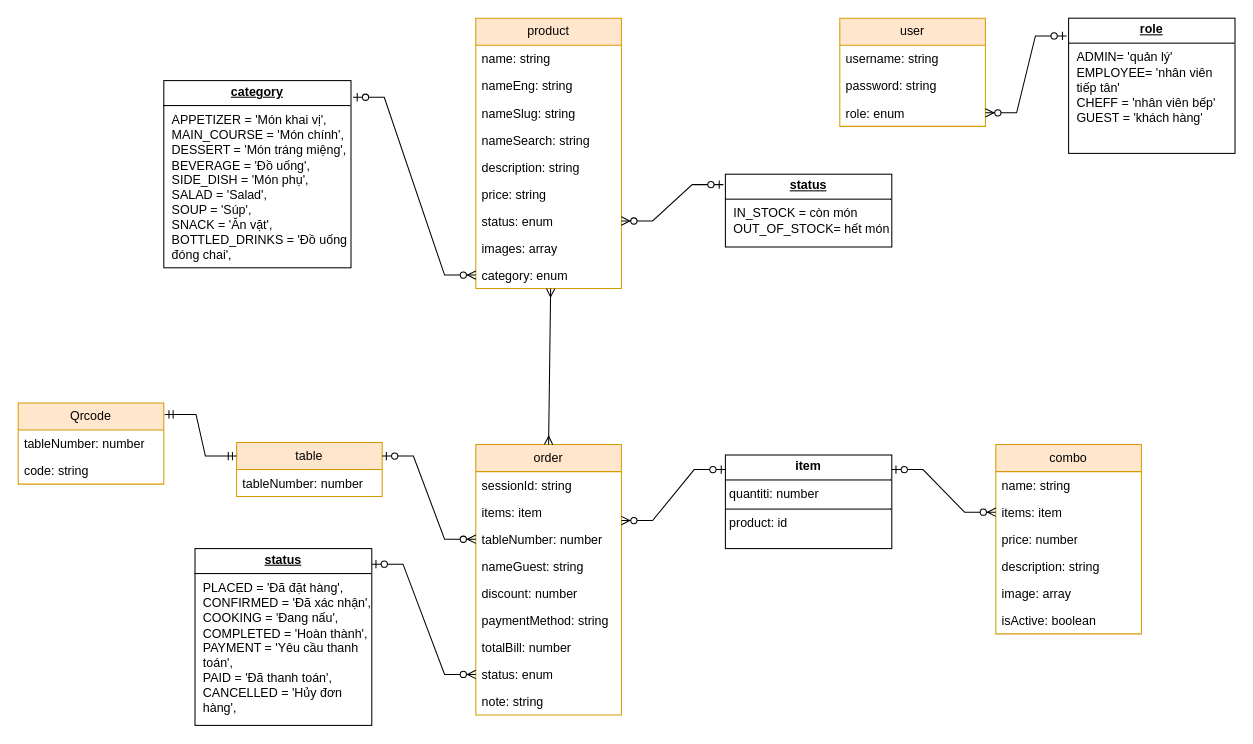
Before: page "thiết kế csdl" (2 of 3) of đề tài order bằng QR code của khách sạn balcona.drawio in phanvanhieu1/QRcode, a draw.io diagram. Source tidied: cells renumbered, new cells numbered last; positions are measured from the earlier drawing's top-left corner, leaving out a move shared by most shapes. Both pictures are drawn from the tidied source at 104%, with x=0, y=0 at pixel (18, 18).
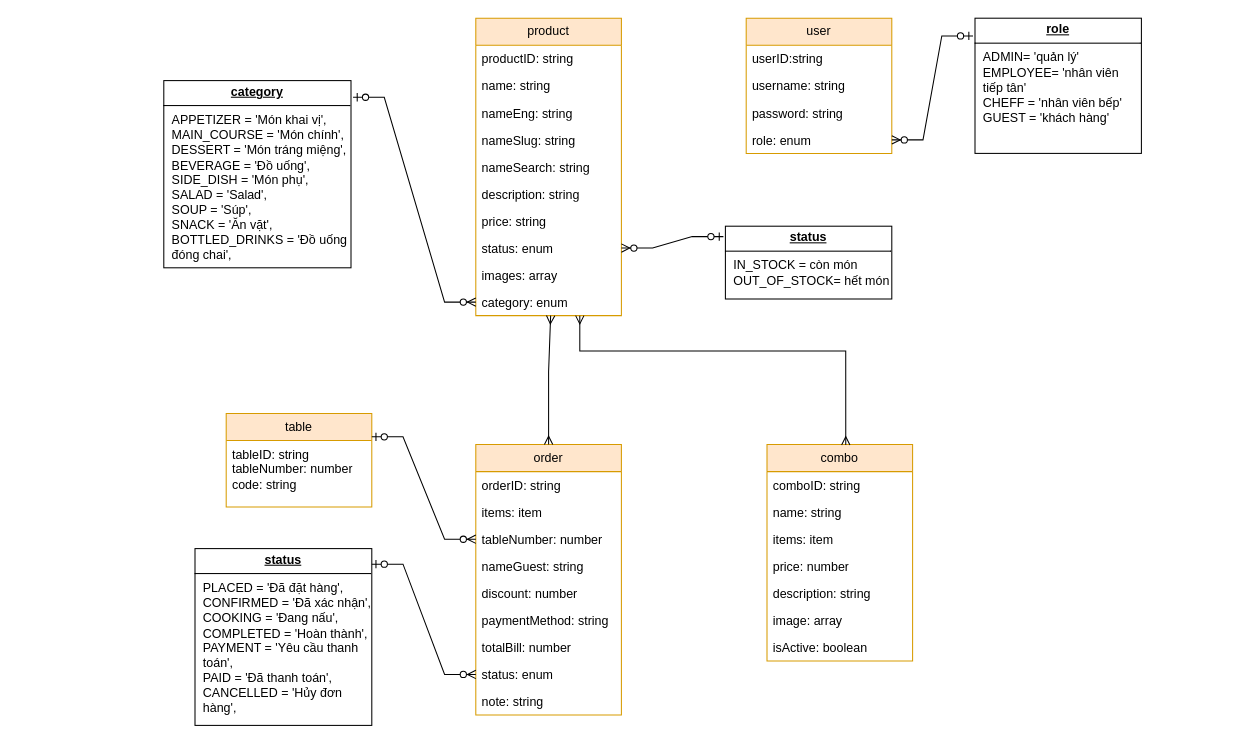
Above is the later version.

The change refers to these unchanged cells:
```xml
<mxCell id="14" value="order" style="swimlane;fontStyle=0;horizontal=1;startSize=26;fillColor=#ffe6cc;whiteSpace=wrap;html=1;strokeColor=#d79b00;" parent="1" vertex="1">
  <mxGeometry x="440" y="410" width="140" height="260" as="geometry" />
</mxCell>
<mxCell id="16" value="items: item" style="text;strokeColor=none;fillColor=none;align=left;verticalAlign=top;spacingLeft=4;spacingRight=4;overflow=hidden;points=[[0,0.5],[1,0.5]];portConstraint=eastwest;whiteSpace=wrap;html=1;" parent="14" vertex="1">
  <mxGeometry y="52" width="140" height="26" as="geometry" />
</mxCell>
```

Diff of the diagram source:
```diff
@@
     <mxCell id="2" value="product" style="swimlane;fontStyle=0;horizontal=1;startSize=26;fillColor=#ffe6cc;whiteSpace=wrap;html=1;strokeColor=#d79b00;" parent="1" vertex="1">
-      <mxGeometry x="440" width="140" height="260" as="geometry" />
+      <mxGeometry x="440" width="140" height="286" as="geometry" />
     </mxCell>
-    <mxCell id="3" value="name: string" style="text;strokeColor=none;fillColor=none;align=left;verticalAlign=top;spacingLeft=4;spacingRight=4;overflow=hidden;whiteSpace=wrap;html=1;" parent="2" vertex="1">
+    <mxCell id="3" value="productID: string" style="text;strokeColor=none;fillColor=none;align=left;verticalAlign=top;spacingLeft=4;spacingRight=4;overflow=hidden;whiteSpace=wrap;html=1;" parent="2" vertex="1">
       <mxGeometry y="26" width="140" height="26" as="geometry" />
     </mxCell>
+    <mxCell id="52" value="name: string" style="text;strokeColor=none;fillColor=none;align=left;verticalAlign=top;spacingLeft=4;spacingRight=4;overflow=hidden;whiteSpace=wrap;html=1;" parent="2" vertex="1">
+      <mxGeometry y="52" width="140" height="26" as="geometry" />
+    </mxCell>
     <mxCell id="4" value="nameEng: string" style="text;strokeColor=none;fillColor=none;align=left;verticalAlign=top;spacingLeft=4;spacingRight=4;overflow=hidden;whiteSpace=wrap;html=1;" parent="2" vertex="1">
-      <mxGeometry y="52" width="140" height="26" as="geometry" />
+      <mxGeometry y="78" width="140" height="26" as="geometry" />
     </mxCell>
     <mxCell id="5" value="nameSlug: string" style="text;strokeColor=none;fillColor=none;align=left;verticalAlign=top;spacingLeft=4;spacingRight=4;overflow=hidden;whiteSpace=wrap;html=1;" parent="2" vertex="1">
-      <mxGeometry y="78" width="140" height="26" as="geometry" />
+      <mxGeometry y="104" width="140" height="26" as="geometry" />
     </mxCell>
     <mxCell id="6" value="nameSearch: string" style="text;strokeColor=none;fillColor=none;align=left;verticalAlign=top;spacingLeft=4;spacingRight=4;overflow=hidden;whiteSpace=wrap;html=1;" parent="2" vertex="1">
-      <mxGeometry y="104" width="140" height="26" as="geometry" />
+      <mxGeometry y="130" width="140" height="26" as="geometry" />
     </mxCell>
     <mxCell id="7" value="description: string" style="text;strokeColor=none;fillColor=none;align=left;verticalAlign=top;spacingLeft=4;spacingRight=4;overflow=hidden;whiteSpace=wrap;html=1;" parent="2" vertex="1">
-      <mxGeometry y="130" width="140" height="26" as="geometry" />
+      <mxGeometry y="156" width="140" height="26" as="geometry" />
     </mxCell>
     <mxCell id="8" value="price: string" style="text;strokeColor=none;fillColor=none;align=left;verticalAlign=top;spacingLeft=4;spacingRight=4;overflow=hidden;whiteSpace=wrap;html=1;" parent="2" vertex="1">
-      <mxGeometry y="156" width="140" height="26" as="geometry" />
+      <mxGeometry y="182" width="140" height="26" as="geometry" />
     </mxCell>
     <mxCell id="9" value="status: enum" style="text;strokeColor=none;fillColor=none;align=left;verticalAlign=top;spacingLeft=4;spacingRight=4;overflow=hidden;points=[[0,0.5],[1,0.5]];portConstraint=eastwest;whiteSpace=wrap;html=1;" parent="2" vertex="1">
-      <mxGeometry y="182" width="140" height="26" as="geometry" />
+      <mxGeometry y="208" width="140" height="26" as="geometry" />
     </mxCell>
     <mxCell id="10" value="images: array" style="text;strokeColor=none;fillColor=none;align=left;verticalAlign=top;spacingLeft=4;spacingRight=4;overflow=hidden;whiteSpace=wrap;html=1;" parent="2" vertex="1">
-      <mxGeometry y="208" width="140" height="26" as="geometry" />
+      <mxGeometry y="234" width="140" height="26" as="geometry" />
     </mxCell>
     <mxCell id="11" value="category: enum" style="text;strokeColor=none;fillColor=none;align=left;verticalAlign=top;spacingLeft=4;spacingRight=4;overflow=hidden;points=[[0,0.5],[1,0.5]];portConstraint=eastwest;whiteSpace=wrap;html=1;" parent="2" vertex="1">
-      <mxGeometry y="234" width="140" height="26" as="geometry" />
+      <mxGeometry y="260" width="140" height="26" as="geometry" />
     </mxCell>
     <mxCell id="12" value="&lt;p style=&quot;margin:0px;margin-top:4px;text-align:center;text-decoration:underline;&quot;&gt;&lt;b&gt;status&lt;/b&gt;&lt;/p&gt;&lt;hr size=&quot;1&quot; style=&quot;border-style:solid;&quot;&gt;&lt;p style=&quot;margin:0px;margin-left:8px;&quot;&gt;IN_STOCK = còn món&lt;br&gt;OUT_OF_STOCK= hết món&lt;br&gt;&lt;/p&gt;" style="verticalAlign=top;align=left;overflow=fill;html=1;whiteSpace=wrap;" parent="1" vertex="1">
-      <mxGeometry x="680" y="150" width="160" height="70" as="geometry" />
+      <mxGeometry x="680" y="200" width="160" height="70" as="geometry" />
     </mxCell>
@@
-    <mxCell id="15" value="sessionId: string" style="text;strokeColor=none;fillColor=none;align=left;verticalAlign=top;spacingLeft=4;spacingRight=4;overflow=hidden;whiteSpace=wrap;html=1;" parent="14" vertex="1">
+    <mxCell id="15" value="orderID: string" style="text;strokeColor=none;fillColor=none;align=left;verticalAlign=top;spacingLeft=4;spacingRight=4;overflow=hidden;whiteSpace=wrap;html=1;" parent="14" vertex="1">
       <mxGeometry y="26" width="140" height="26" as="geometry" />
     </mxCell>
@@
-    <mxCell id="25" value="&lt;p style=&quot;margin:0px;margin-top:4px;text-align:center;&quot;&gt;&lt;b&gt;item&lt;/b&gt;&lt;/p&gt;&lt;hr size=&quot;1&quot; style=&quot;border-style:solid;&quot;&gt;&lt;p style=&quot;margin:0px;margin-left:4px;&quot;&gt;quantiti: number&lt;/p&gt;&lt;hr size=&quot;1&quot; style=&quot;border-style:solid;&quot;&gt;&lt;p style=&quot;margin:0px;margin-left:4px;&quot;&gt;product: id&lt;/p&gt;" style="verticalAlign=top;align=left;overflow=fill;html=1;whiteSpace=wrap;" parent="1" vertex="1">
-      <mxGeometry x="680" y="420" width="160" height="90" as="geometry" />
-    </mxCell>
-    <mxCell id="26" value="Qrcode" style="swimlane;fontStyle=0;horizontal=1;startSize=26;fillColor=#ffe6cc;whiteSpace=wrap;html=1;strokeColor=#d79b00;" parent="1" vertex="1">
-      <mxGeometry y="370" width="140" height="78" as="geometry" />
-    </mxCell>
-    <mxCell id="27" value="tableNumber: number" style="text;strokeColor=none;fillColor=none;align=left;verticalAlign=top;spacingLeft=4;spacingRight=4;overflow=hidden;whiteSpace=wrap;html=1;" parent="26" vertex="1">
-      <mxGeometry y="26" width="140" height="26" as="geometry" />
-    </mxCell>
-    <mxCell id="28" value="code: string" style="text;strokeColor=none;fillColor=none;align=left;verticalAlign=top;spacingLeft=4;spacingRight=4;overflow=hidden;whiteSpace=wrap;html=1;" parent="26" vertex="1">
-      <mxGeometry y="52" width="140" height="26" as="geometry" />
-    </mxCell>
     <mxCell id="29" value="table" style="swimlane;fontStyle=0;horizontal=1;startSize=26;fillColor=#ffe6cc;whiteSpace=wrap;html=1;strokeColor=#d79b00;" parent="1" vertex="1">
-      <mxGeometry x="210" y="408" width="140" height="52" as="geometry" />
+      <mxGeometry x="200" y="380" width="140" height="90" as="geometry" />
     </mxCell>
-    <mxCell id="30" value="tableNumber: number" style="text;strokeColor=none;fillColor=none;align=left;verticalAlign=top;spacingLeft=4;spacingRight=4;overflow=hidden;whiteSpace=wrap;html=1;" parent="29" vertex="1">
-      <mxGeometry y="26" width="140" height="26" as="geometry" />
+    <mxCell id="30" value="tableID: string&lt;br&gt;tableNumber: number&lt;div&gt;code: string&lt;/div&gt;" style="text;strokeColor=none;fillColor=none;align=left;verticalAlign=top;spacingLeft=4;spacingRight=4;overflow=hidden;whiteSpace=wrap;html=1;" parent="29" vertex="1">
+      <mxGeometry y="26" width="140" height="64" as="geometry" />
     </mxCell>
     <mxCell id="31" value="user" style="swimlane;fontStyle=0;horizontal=1;startSize=26;fillColor=#ffe6cc;whiteSpace=wrap;html=1;strokeColor=#d79b00;" parent="1" vertex="1">
-      <mxGeometry x="790" width="140" height="104" as="geometry" />
+      <mxGeometry x="700" width="140" height="130" as="geometry" />
     </mxCell>
-    <mxCell id="32" value="username: string" style="text;strokeColor=none;fillColor=none;align=left;verticalAlign=top;spacingLeft=4;spacingRight=4;overflow=hidden;whiteSpace=wrap;html=1;" parent="31" vertex="1">
+    <mxCell id="32" value="userID:string" style="text;strokeColor=none;fillColor=none;align=left;verticalAlign=top;spacingLeft=4;spacingRight=4;overflow=hidden;whiteSpace=wrap;html=1;" parent="31" vertex="1">
       <mxGeometry y="26" width="140" height="26" as="geometry" />
     </mxCell>
+    <mxCell id="53" value="username: string" style="text;strokeColor=none;fillColor=none;align=left;verticalAlign=top;spacingLeft=4;spacingRight=4;overflow=hidden;whiteSpace=wrap;html=1;" parent="31" vertex="1">
+      <mxGeometry y="52" width="140" height="26" as="geometry" />
+    </mxCell>
     <mxCell id="33" value="password: string" style="text;strokeColor=none;fillColor=none;align=left;verticalAlign=top;spacingLeft=4;spacingRight=4;overflow=hidden;whiteSpace=wrap;html=1;" parent="31" vertex="1">
-      <mxGeometry y="52" width="140" height="26" as="geometry" />
+      <mxGeometry y="78" width="140" height="26" as="geometry" />
     </mxCell>
     <mxCell id="34" value="role: enum" style="text;strokeColor=none;fillColor=none;align=left;verticalAlign=top;spacingLeft=4;spacingRight=4;overflow=hidden;points=[[0,0.5],[1,0.5]];portConstraint=eastwest;whiteSpace=wrap;html=1;" parent="31" vertex="1">
-      <mxGeometry y="78" width="140" height="26" as="geometry" />
+      <mxGeometry y="104" width="140" height="26" as="geometry" />
     </mxCell>
     <mxCell id="35" value="combo" style="swimlane;fontStyle=0;horizontal=1;startSize=26;fillColor=#ffe6cc;whiteSpace=wrap;html=1;strokeColor=#d79b00;" parent="1" vertex="1">
-      <mxGeometry x="940" y="410" width="140" height="182" as="geometry" />
+      <mxGeometry x="720" y="410" width="140" height="208" as="geometry" />
     </mxCell>
-    <mxCell id="36" value="name: string" style="text;strokeColor=none;fillColor=none;align=left;verticalAlign=top;spacingLeft=4;spacingRight=4;overflow=hidden;whiteSpace=wrap;html=1;" parent="35" vertex="1">
+    <mxCell id="36" value="comboID: string" style="text;strokeColor=none;fillColor=none;align=left;verticalAlign=top;spacingLeft=4;spacingRight=4;overflow=hidden;whiteSpace=wrap;html=1;" parent="35" vertex="1">
       <mxGeometry y="26" width="140" height="26" as="geometry" />
     </mxCell>
+    <mxCell id="54" value="name: string" style="text;strokeColor=none;fillColor=none;align=left;verticalAlign=top;spacingLeft=4;spacingRight=4;overflow=hidden;whiteSpace=wrap;html=1;" parent="35" vertex="1">
+      <mxGeometry y="52" width="140" height="26" as="geometry" />
+    </mxCell>
     <mxCell id="37" value="items: item" style="text;strokeColor=none;fillColor=none;align=left;verticalAlign=top;spacingLeft=4;spacingRight=4;overflow=hidden;points=[[0,0.5],[1,0.5]];portConstraint=eastwest;whiteSpace=wrap;html=1;" parent="35" vertex="1">
-      <mxGeometry y="52" width="140" height="26" as="geometry" />
+      <mxGeometry y="78" width="140" height="26" as="geometry" />
     </mxCell>
     <mxCell id="38" value="price: number" style="text;strokeColor=none;fillColor=none;align=left;verticalAlign=top;spacingLeft=4;spacingRight=4;overflow=hidden;whiteSpace=wrap;html=1;" parent="35" vertex="1">
-      <mxGeometry y="78" width="140" height="26" as="geometry" />
+      <mxGeometry y="104" width="140" height="26" as="geometry" />
     </mxCell>
     <mxCell id="39" value="description: string" style="text;strokeColor=none;fillColor=none;align=left;verticalAlign=top;spacingLeft=4;spacingRight=4;overflow=hidden;whiteSpace=wrap;html=1;" parent="35" vertex="1">
-      <mxGeometry y="104" width="140" height="26" as="geometry" />
+      <mxGeometry y="130" width="140" height="26" as="geometry" />
     </mxCell>
     <mxCell id="40" value="image: array" style="text;strokeColor=none;fillColor=none;align=left;verticalAlign=top;spacingLeft=4;spacingRight=4;overflow=hidden;whiteSpace=wrap;html=1;" parent="35" vertex="1">
-      <mxGeometry y="130" width="140" height="26" as="geometry" />
+      <mxGeometry y="156" width="140" height="26" as="geometry" />
     </mxCell>
     <mxCell id="41" value="isActive: boolean" style="text;strokeColor=none;fillColor=none;align=left;verticalAlign=top;spacingLeft=4;spacingRight=4;overflow=hidden;whiteSpace=wrap;html=1;" parent="35" vertex="1">
-      <mxGeometry y="156" width="140" height="26" as="geometry" />
+      <mxGeometry y="182" width="140" height="26" as="geometry" />
     </mxCell>
     <mxCell id="42" value="&lt;p style=&quot;margin:0px;margin-top:4px;text-align:center;text-decoration:underline;&quot;&gt;&lt;b&gt;role&lt;/b&gt;&lt;/p&gt;&lt;hr size=&quot;1&quot; style=&quot;border-style:solid;&quot;&gt;&lt;p style=&quot;margin:0px;margin-left:8px;&quot;&gt;ADMIN= 'quản lý'&lt;br&gt;EMPLOYEE= 'nhân viên tiếp tân'&lt;br&gt;&lt;/p&gt;&lt;p style=&quot;margin:0px;margin-left:8px;&quot;&gt;CHEFF = 'nhân viên bếp'&lt;/p&gt;&lt;p style=&quot;margin:0px;margin-left:8px;&quot;&gt;GUEST = 'khách hàng'&lt;/p&gt;&lt;p style=&quot;margin:0px;margin-left:8px;&quot;&gt;&lt;br&gt;&lt;/p&gt;" style="verticalAlign=top;align=left;overflow=fill;html=1;whiteSpace=wrap;" parent="1" vertex="1">
-      <mxGeometry x="1010" width="160" height="130" as="geometry" />
+      <mxGeometry x="920" width="160" height="130" as="geometry" />
     </mxCell>
     <mxCell id="43" style="fontSize=12;html=1;endArrow=ERmany;startArrow=ERmany;rounded=0;entryX=0.514;entryY=1;entryDx=0;entryDy=0;entryPerimeter=0;exitX=0.5;exitY=0;exitDx=0;exitDy=0;" parent="1" edge="1" source="14" target="11">
-      <mxGeometry relative="1" as="geometry" />
+      <mxGeometry relative="1" as="geometry">
+        <Array as="points">
+          <mxPoint x="510" y="340" />
+        </Array>
+      </mxGeometry>
     </mxCell>
@@
-    <mxCell id="47" style="edgeStyle=entityRelationEdgeStyle;fontSize=12;html=1;endArrow=ERzeroToMany;startArrow=ERzeroToOne;rounded=0;exitX=1;exitY=0.156;exitDx=0;exitDy=0;exitPerimeter=0;entryX=0;entryY=0.5;entryDx=0;entryDy=0;" parent="1" edge="1" source="25" target="37">
-      <mxGeometry relative="1" as="geometry">
-        <Array as="points">
-          <mxPoint x="878" y="534" />
-        </Array>
-      </mxGeometry>
-    </mxCell>
-    <mxCell id="48" style="edgeStyle=entityRelationEdgeStyle;fontSize=12;html=1;endArrow=ERzeroToMany;startArrow=ERzeroToOne;rounded=0;exitX=0;exitY=0.156;exitDx=0;exitDy=0;exitPerimeter=0;entryX=1;entryY=0.808;entryDx=0;entryDy=0;entryPerimeter=0;" parent="1" edge="1" source="25" target="16">
-      <mxGeometry relative="1" as="geometry">
-        <Array as="points">
-          <mxPoint x="768" y="519" />
-        </Array>
-      </mxGeometry>
-    </mxCell>
@@
-    <mxCell id="50" style="edgeStyle=entityRelationEdgeStyle;fontSize=12;html=1;endArrow=ERmandOne;startArrow=ERmandOne;rounded=0;entryX=1.007;entryY=0.141;entryDx=0;entryDy=0;entryPerimeter=0;exitX=0;exitY=0.25;exitDx=0;exitDy=0;" parent="1" edge="1" source="29" target="26">
-      <mxGeometry relative="1" as="geometry" />
-    </mxCell>
@@
+    <mxCell id="55" style="edgeStyle=orthogonalEdgeStyle;rounded=0;jettySize=auto;html=1;entryX=0.541;entryY=0.002;entryDx=0;entryDy=0;entryPerimeter=0;startArrow=ERmany;startFill=0;endArrow=ERmany;endFill=0;" parent="1" edge="1" source="2" target="35">
+      <mxGeometry relative="1" as="geometry">
+        <Array as="points">
+          <mxPoint x="540" y="320" />
+          <mxPoint x="796" y="320" />
+        </Array>
+      </mxGeometry>
+    </mxCell>
```
